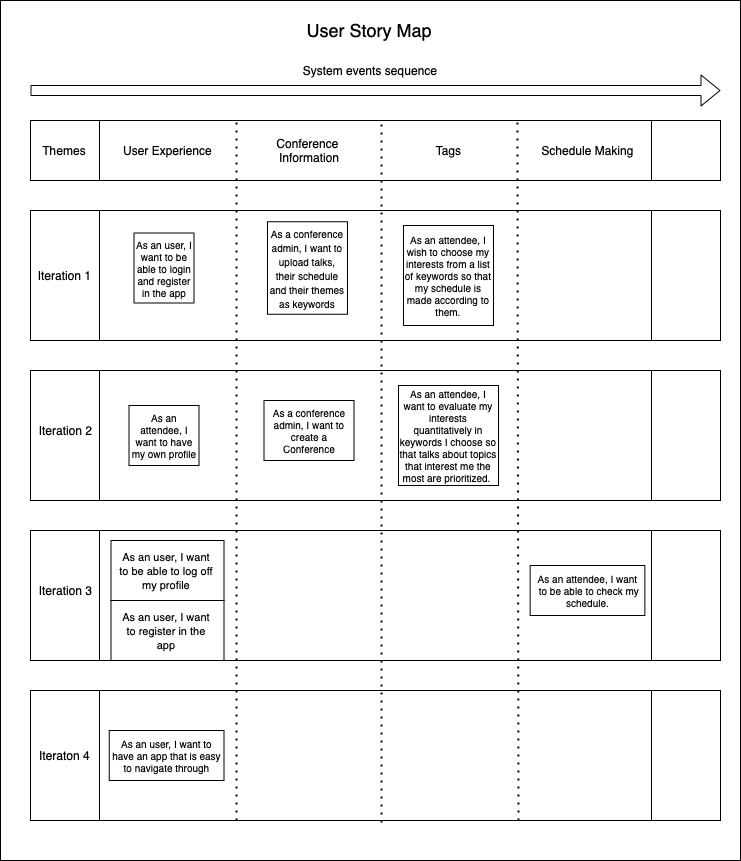
The draw.io diagram img/user_story_map.png in claramoreirag/FEUP-ESOF, before a commit. Source tidied: cells renumbered, new cells last; positions are measured from the earlier drawing's top-left corner, leaving out a move shared by most shapes.
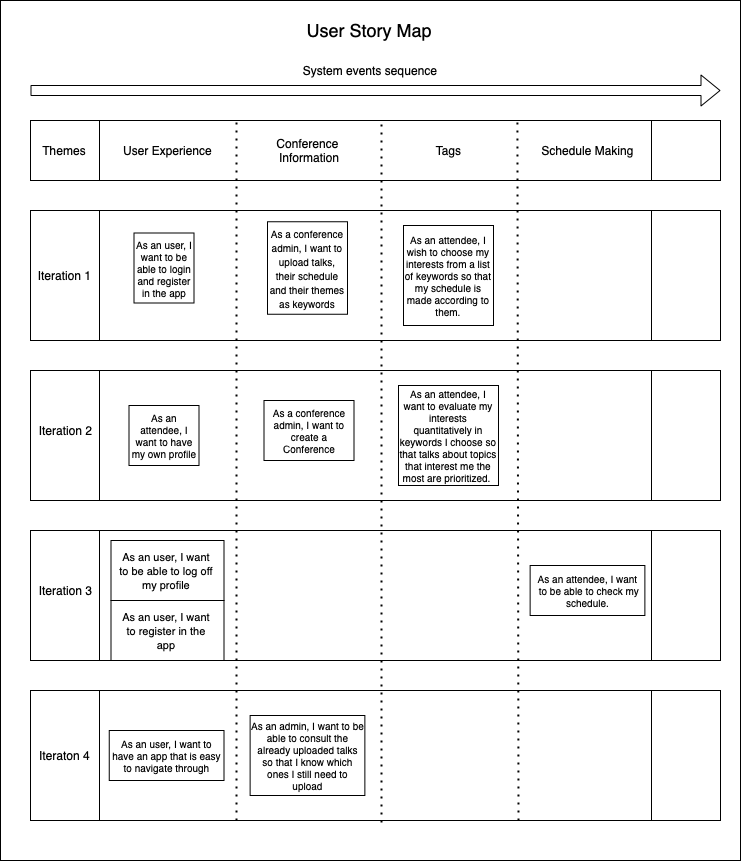
Above is the later version.

Commit message:
Add user stories to the development report

What changed in the source:
```diff
@@ -26,7 +26,7 @@
     <mxCell id="8" style="shape=process;whiteSpace=wrap;html=1;backgroundOutline=1;" parent="1" vertex="1">
       <mxGeometry x="30" y="530" width="690" height="130" as="geometry" />
     </mxCell>
-    <mxCell id="9" style="shape=process;whiteSpace=wrap;html=1;backgroundOutline=1;" parent="1" vertex="1">
+    <mxCell id="9" style="shape=process;whiteSpace=wrap;html=1;backgroundOutline=1;fontStyle=1;" parent="1" vertex="1">
       <mxGeometry x="30" y="690" width="690" height="130" as="geometry" />
     </mxCell>
     <mxCell id="10" style="endArrow=none;dashed=1;html=1;dashPattern=1 3;strokeWidth=2;entryX=0.3;entryY=-0.007;entryDx=0;entryDy=0;entryPerimeter=0;" parent="1" edge="1">
@@ -122,5 +122,8 @@
     <mxCell id="37" value="As an user, I want to have an app that is easy to navigate through" style="rounded=0;whiteSpace=wrap;html=1;fontSize=10;align=center;" parent="1" vertex="1">
       <mxGeometry x="108.8" y="730" width="114.8" height="50" as="geometry" />
     </mxCell>
+    <mxCell id="38" value="As an admin, I want to be able to consult the already uploaded talks so that I know which ones I still need to upload" style="rounded=0;whiteSpace=wrap;html=1;fontSize=10;align=center;" parent="1" vertex="1">
+      <mxGeometry x="249.6" y="715" width="114.8" height="80" as="geometry" />
+    </mxCell>
   </root>
 </mxGraphModel>
```
